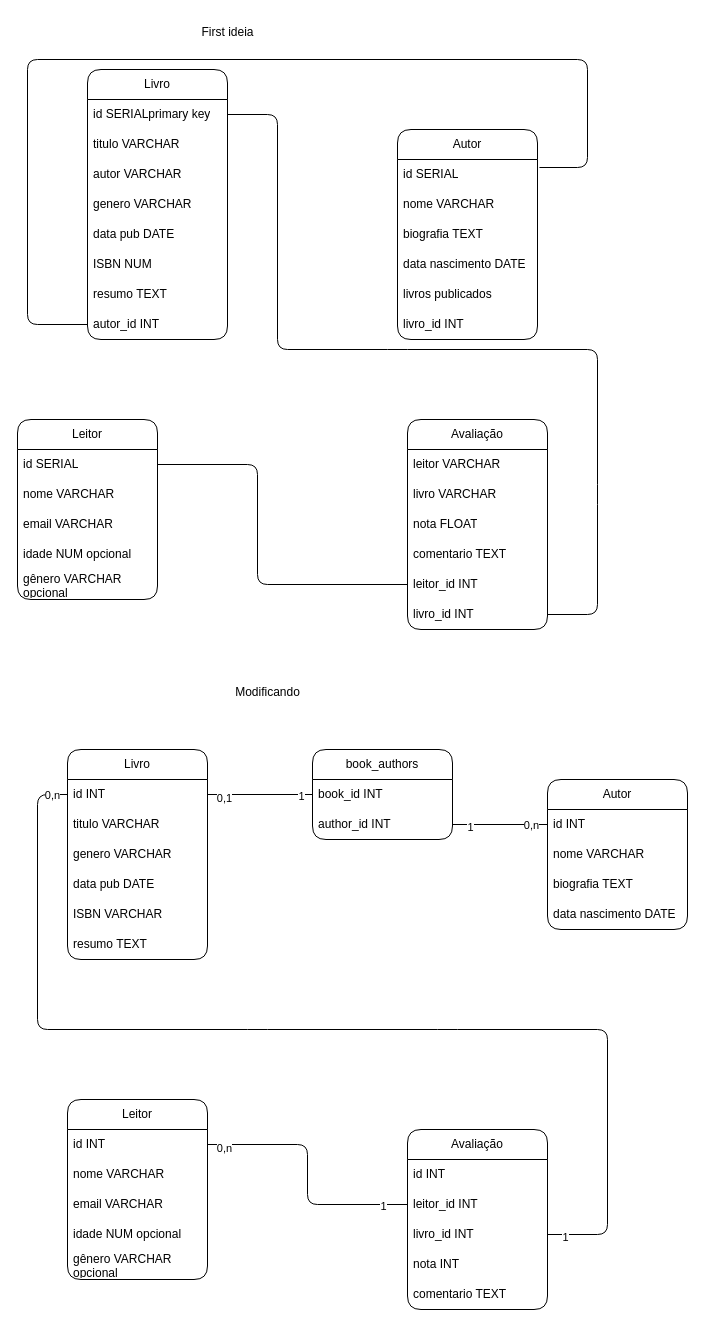
The draw.io diagram One bit code/4-Dados/exercicio4.drawio in KimberlyMartins/OneBitCode-Ruby, before the edit. Source tidied: cells renumbered, new cells numbered last; positions are measured from the earlier drawing's top-left corner, leaving out a move shared by most shapes. Both pictures are drawn from the tidied source at 100%, with x=0, y=0 at pixel (17, 17).
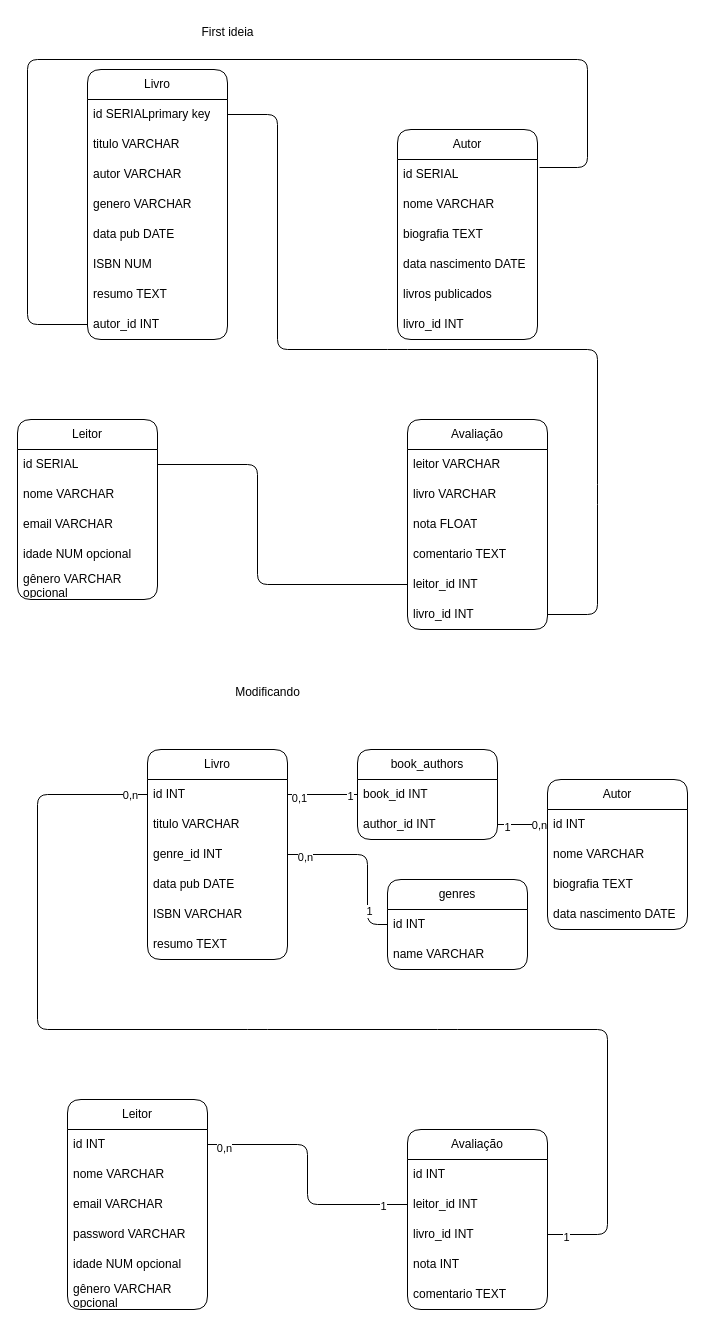
Above is the later version.

Diff of the diagram source:
```diff
@@
     <mxCell id="34" value="Livro" style="swimlane;fontStyle=0;horizontal=1;startSize=30;whiteSpace=wrap;html=1;rounded=1;" parent="1" vertex="1">
-      <mxGeometry x="50" y="732" width="140" height="210" as="geometry" />
+      <mxGeometry x="130" y="732" width="140" height="210" as="geometry" />
     </mxCell>
@@
-    <mxCell id="37" value="genero VARCHAR" style="text;strokeColor=none;fillColor=none;align=left;verticalAlign=middle;spacingLeft=4;spacingRight=4;overflow=hidden;points=[[0,0.5],[1,0.5]];portConstraint=eastwest;whiteSpace=wrap;html=1;" parent="34" vertex="1">
+    <mxCell id="37" value="genre_id INT" style="text;strokeColor=none;fillColor=none;align=left;verticalAlign=middle;spacingLeft=4;spacingRight=4;overflow=hidden;points=[[0,0.5],[1,0.5]];portConstraint=eastwest;whiteSpace=wrap;html=1;" parent="34" vertex="1">
       <mxGeometry y="90" width="140" height="30" as="geometry" />
     </mxCell>
@@
     <mxCell id="46" value="Leitor" style="swimlane;fontStyle=0;horizontal=1;startSize=30;whiteSpace=wrap;html=1;rounded=1;" parent="1" vertex="1">
-      <mxGeometry x="50" y="1082" width="140" height="180" as="geometry" />
+      <mxGeometry x="50" y="1082" width="140" height="210" as="geometry" />
     </mxCell>
@@
+    <mxCell id="75" value="password VARCHAR" style="text;strokeColor=none;fillColor=none;align=left;verticalAlign=middle;spacingLeft=4;spacingRight=4;overflow=hidden;whiteSpace=wrap;html=1;" parent="46" vertex="1">
+      <mxGeometry y="120" width="140" height="30" as="geometry" />
+    </mxCell>
     <mxCell id="50" value="idade NUM opcional" style="text;strokeColor=none;fillColor=none;align=left;verticalAlign=middle;spacingLeft=4;spacingRight=4;overflow=hidden;whiteSpace=wrap;html=1;" parent="46" vertex="1">
-      <mxGeometry y="120" width="140" height="30" as="geometry" />
+      <mxGeometry y="150" width="140" height="30" as="geometry" />
     </mxCell>
     <mxCell id="51" value="gênero VARCHAR opcional" style="text;strokeColor=none;fillColor=none;align=left;verticalAlign=middle;spacingLeft=4;spacingRight=4;overflow=hidden;whiteSpace=wrap;html=1;" parent="46" vertex="1">
-      <mxGeometry y="150" width="140" height="30" as="geometry" />
+      <mxGeometry y="180" width="140" height="30" as="geometry" />
     </mxCell>
@@
     <mxCell id="66" value="book_authors" style="swimlane;fontStyle=0;horizontal=1;startSize=30;whiteSpace=wrap;html=1;rounded=1;" parent="1" vertex="1">
-      <mxGeometry x="295" y="732" width="140" height="90" as="geometry" />
+      <mxGeometry x="340" y="732" width="140" height="90" as="geometry" />
     </mxCell>
@@
+    <mxCell id="76" value="genres" style="swimlane;fontStyle=0;horizontal=1;startSize=30;whiteSpace=wrap;html=1;rounded=1;" parent="1" vertex="1">
+      <mxGeometry x="370" y="862" width="140" height="90" as="geometry" />
+    </mxCell>
+    <mxCell id="77" value="id INT" style="text;strokeColor=none;fillColor=none;align=left;verticalAlign=middle;spacingLeft=4;spacingRight=4;overflow=hidden;points=[[0,0.5],[1,0.5]];portConstraint=eastwest;whiteSpace=wrap;html=1;" parent="76" vertex="1">
+      <mxGeometry y="30" width="140" height="30" as="geometry" />
+    </mxCell>
+    <mxCell id="78" value="name VARCHAR" style="text;strokeColor=none;fillColor=none;align=left;verticalAlign=middle;spacingLeft=4;spacingRight=4;overflow=hidden;whiteSpace=wrap;html=1;" parent="76" vertex="1">
+      <mxGeometry y="60" width="140" height="30" as="geometry" />
+    </mxCell>
+    <mxCell id="79" style="endArrow=none;html=1;exitX=1;exitY=0.5;exitDx=0;exitDy=0;entryX=0;entryY=0.5;entryDx=0;entryDy=0;" parent="1" edge="1" source="37" target="77">
+      <mxGeometry relative="1" as="geometry">
+        <Array as="points">
+          <mxPoint x="350" y="837" />
+          <mxPoint x="350" y="907" />
+        </Array>
+      </mxGeometry>
+    </mxCell>
+    <mxCell id="80" value="1" style="edgeLabel;html=1;align=center;verticalAlign=middle;" parent="79" vertex="1">
+      <mxGeometry x="0.6" y="1" relative="1" as="geometry" />
+    </mxCell>
+    <mxCell id="81" value="0,n" style="edgeLabel;html=1;align=center;verticalAlign=middle;" parent="79" vertex="1">
+      <mxGeometry x="-0.8" y="-2" relative="1" as="geometry" />
+    </mxCell>
```
